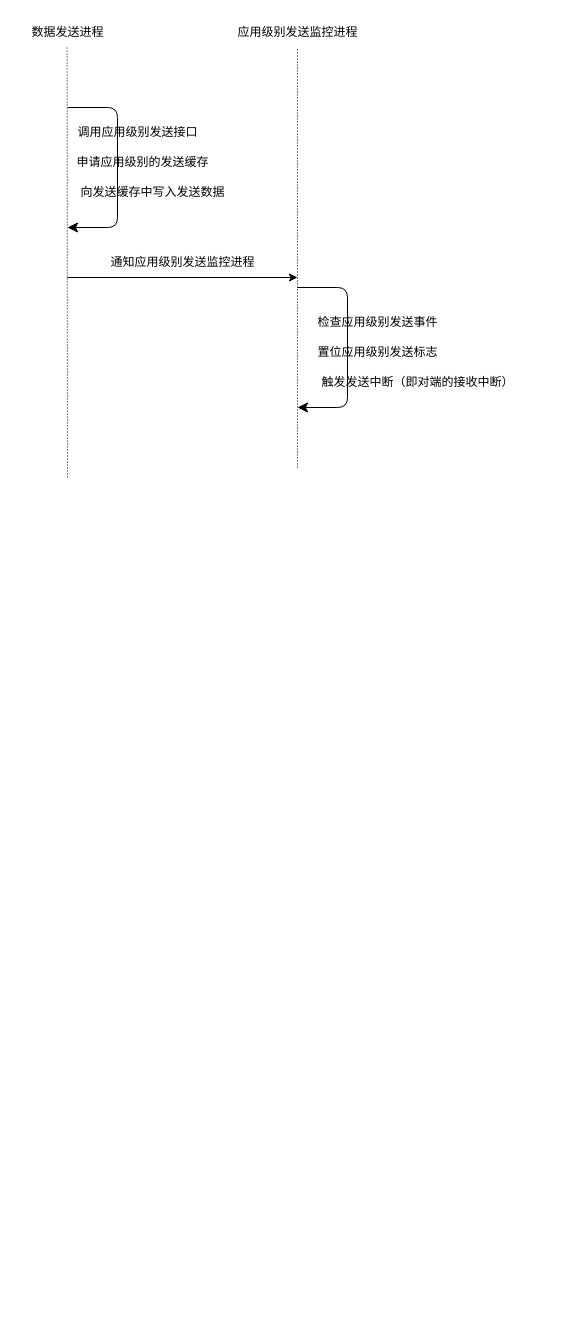
The draw.io diagram rpmsg tx sequenct.drawio in apot1624/apot1624, before the edit. Source tidied: cells renumbered, new cells numbered last; positions are measured from the earlier drawing's top-left corner, leaving out a move shared by most shapes. Both pictures are drawn from the tidied source at 100%, with x=0, y=0 at pixel (17, 17).
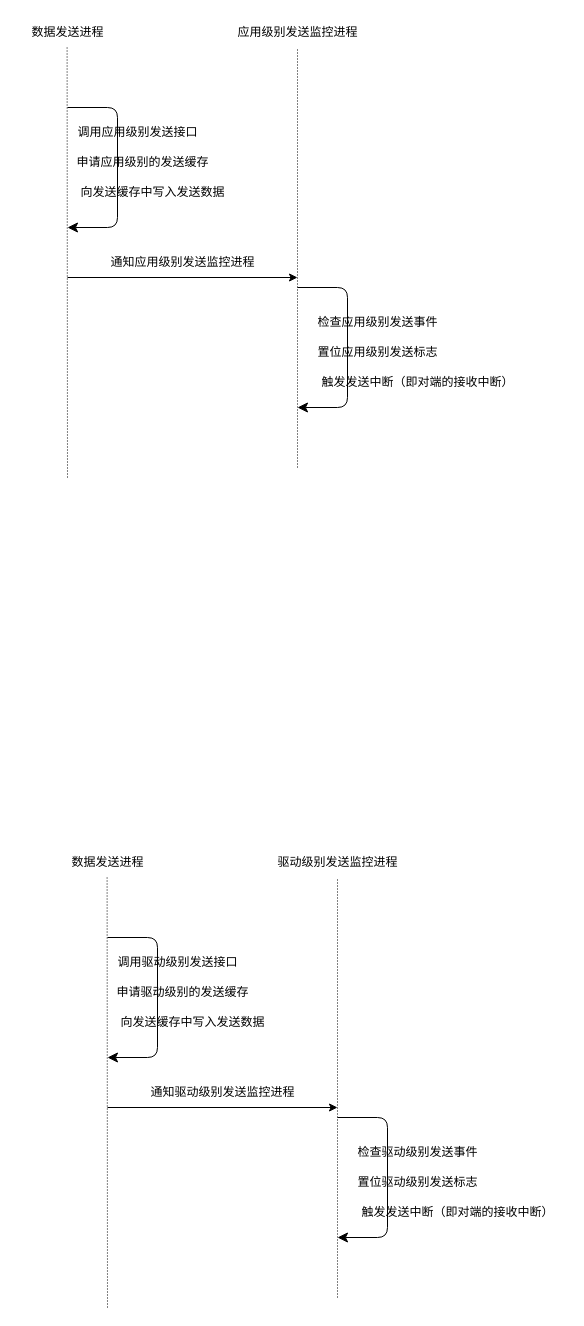
The same page after the edit.

The edit, as a diff of the source:
```diff
@@
+    <mxCell id="16" style="endArrow=none;html=1;rounded=0;dashed=1;dashPattern=1 2;" parent="1" edge="1">
+      <mxGeometry relative="1" as="geometry">
+        <mxPoint x="320" y="1280" as="sourcePoint" />
+        <mxPoint x="320" y="860" as="targetPoint" />
+      </mxGeometry>
+    </mxCell>
+    <mxCell id="17" value="驱动级别发送监控进程" style="text;html=1;align=center;verticalAlign=middle;strokeColor=none;fillColor=none;" parent="1" vertex="1">
+      <mxGeometry x="250" y="830" width="140" height="30" as="geometry" />
+    </mxCell>
+    <mxCell id="18" value="检查驱动级别发送事件" style="text;html=1;align=center;verticalAlign=middle;strokeColor=none;fillColor=none;" parent="1" vertex="1">
+      <mxGeometry x="330" y="1120" width="140" height="30" as="geometry" />
+    </mxCell>
+    <mxCell id="19" value="置位驱动级别发送标志" style="text;html=1;align=center;verticalAlign=middle;strokeColor=none;fillColor=none;" parent="1" vertex="1">
+      <mxGeometry x="330" y="1150" width="140" height="30" as="geometry" />
+    </mxCell>
+    <mxCell id="20" value="触发发送中断（即对端的接收中断）" style="text;html=1;align=center;verticalAlign=middle;strokeColor=none;fillColor=none;" parent="1" vertex="1">
+      <mxGeometry x="330" y="1180" width="220" height="30" as="geometry" />
+    </mxCell>
+    <mxCell id="21" style="endArrow=none;html=1;rounded=0;dashed=1;dashPattern=1 2;" parent="1" edge="1">
+      <mxGeometry relative="1" as="geometry">
+        <mxPoint x="90" y="1290" as="sourcePoint" />
+        <mxPoint x="89.6" y="860" as="targetPoint" />
+      </mxGeometry>
+    </mxCell>
+    <mxCell id="22" value="数据发送进程" style="text;html=1;align=center;verticalAlign=middle;strokeColor=none;fillColor=none;" parent="1" vertex="1">
+      <mxGeometry x="40" y="830" width="100" height="30" as="geometry" />
+    </mxCell>
+    <mxCell id="23" value="调用驱动级别发送接口" style="text;html=1;align=center;verticalAlign=middle;strokeColor=none;fillColor=none;" parent="1" vertex="1">
+      <mxGeometry x="90" y="930" width="140" height="30" as="geometry" />
+    </mxCell>
+    <mxCell id="24" value="申请驱动级别的发送缓存" style="text;html=1;align=center;verticalAlign=middle;strokeColor=none;fillColor=none;" parent="1" vertex="1">
+      <mxGeometry x="85" y="960" width="160" height="30" as="geometry" />
+    </mxCell>
+    <mxCell id="25" value="向发送缓存中写入发送数据" style="text;html=1;align=center;verticalAlign=middle;strokeColor=none;fillColor=none;" parent="1" vertex="1">
+      <mxGeometry x="90" y="990" width="170" height="30" as="geometry" />
+    </mxCell>
+    <mxCell id="26" style="endArrow=classic;html=1;rounded=0;" parent="1" edge="1">
+      <mxGeometry relative="1" as="geometry">
+        <mxPoint x="90" y="1090" as="sourcePoint" />
+        <mxPoint x="320" y="1090" as="targetPoint" />
+      </mxGeometry>
+    </mxCell>
+    <mxCell id="27" value="通知驱动级别发送监控进程" style="text;html=1;align=center;verticalAlign=middle;strokeColor=none;fillColor=none;" parent="1" vertex="1">
+      <mxGeometry x="120" y="1060" width="170" height="30" as="geometry" />
+    </mxCell>
+    <mxCell id="28" style="edgeStyle=segmentEdgeStyle;endArrow=classic;html=1;rounded=1;endSize=8;startSize=8;" parent="1" edge="1">
+      <mxGeometry relative="1" as="geometry">
+        <mxPoint x="90" y="920" as="sourcePoint" />
+        <mxPoint x="90" y="1040" as="targetPoint" />
+        <Array as="points">
+          <mxPoint x="140" y="920" />
+        </Array>
+      </mxGeometry>
+    </mxCell>
+    <mxCell id="29" style="edgeStyle=segmentEdgeStyle;endArrow=classic;html=1;rounded=1;endSize=8;startSize=8;" parent="1" edge="1">
+      <mxGeometry relative="1" as="geometry">
+        <mxPoint x="320" y="1100" as="sourcePoint" />
+        <mxPoint x="320" y="1220" as="targetPoint" />
+        <Array as="points">
+          <mxPoint x="370" y="1100" />
+        </Array>
+      </mxGeometry>
+    </mxCell>
```
